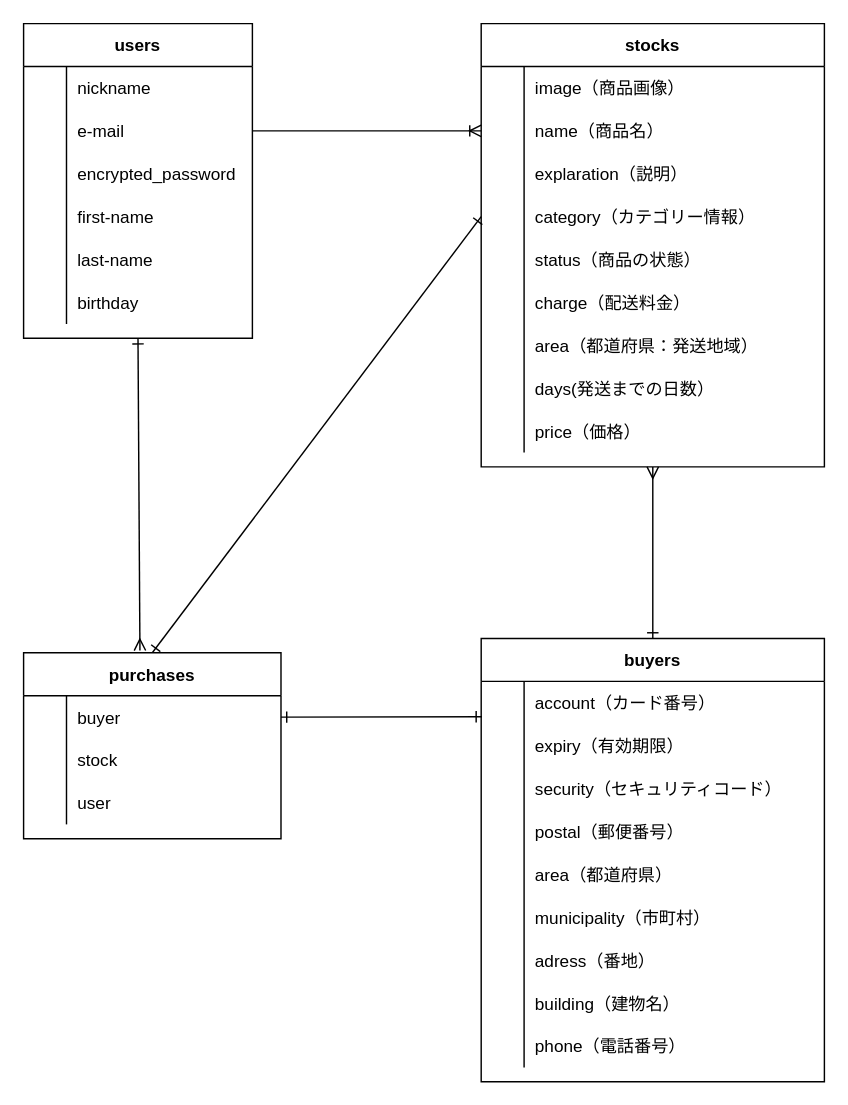
batasho/furima-36829 keeps this draw.io diagram as ER.dio. Above is the earlier version. Source tidied: cells renumbered, new cells numbered last; positions are measured from the earlier drawing's top-left corner, leaving out a move shared by most shapes. Both pictures are drawn from the tidied source at 143%, with x=0, y=0 at pixel (23, 23).
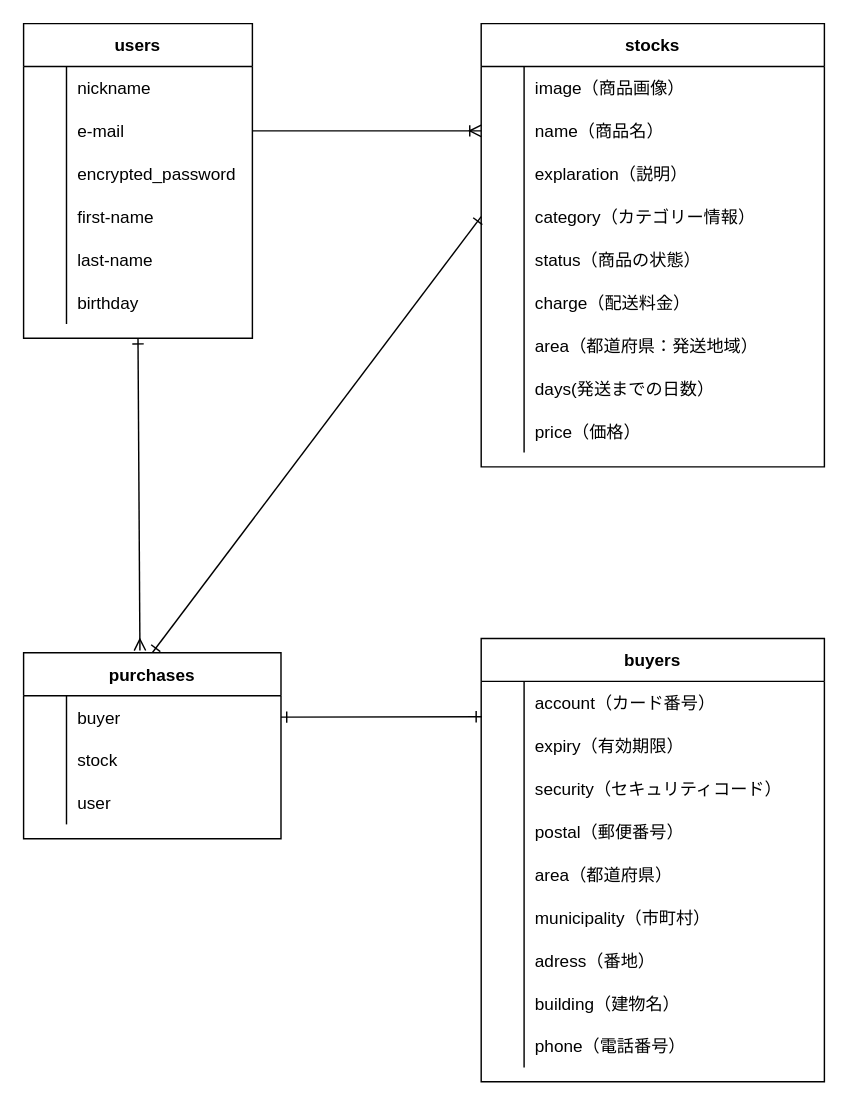
The same diagram, later.

Unchanged cells that the change refers to:
```xml
<mxCell id="23" value="stocks" style="shape=table;startSize=30;childLayout=tableLayout;rowLines=0;fontStyle=1;align=center;" parent="1" vertex="1">
  <mxGeometry x="320" width="240" height="310" as="geometry" />
</mxCell>
<mxCell id="52" value="buyers" style="shape=table;startSize=30;childLayout=tableLayout;rowLines=0;fontStyle=1;align=center;" parent="1" vertex="1">
  <mxGeometry x="320" y="430" width="240" height="310" as="geometry" />
</mxCell>
```

What changed in the source:
```diff
@@
-    <mxCell id="22" style="edgeStyle=none;html=1;exitX=0.5;exitY=1;exitDx=0;exitDy=0;startArrow=ERmany;startFill=0;endArrow=ERone;endFill=0;entryX=0.5;entryY=0;entryDx=0;entryDy=0;" parent="1" edge="1" source="23" target="52">
-      <mxGeometry relative="1" as="geometry" />
-    </mxCell>
```
